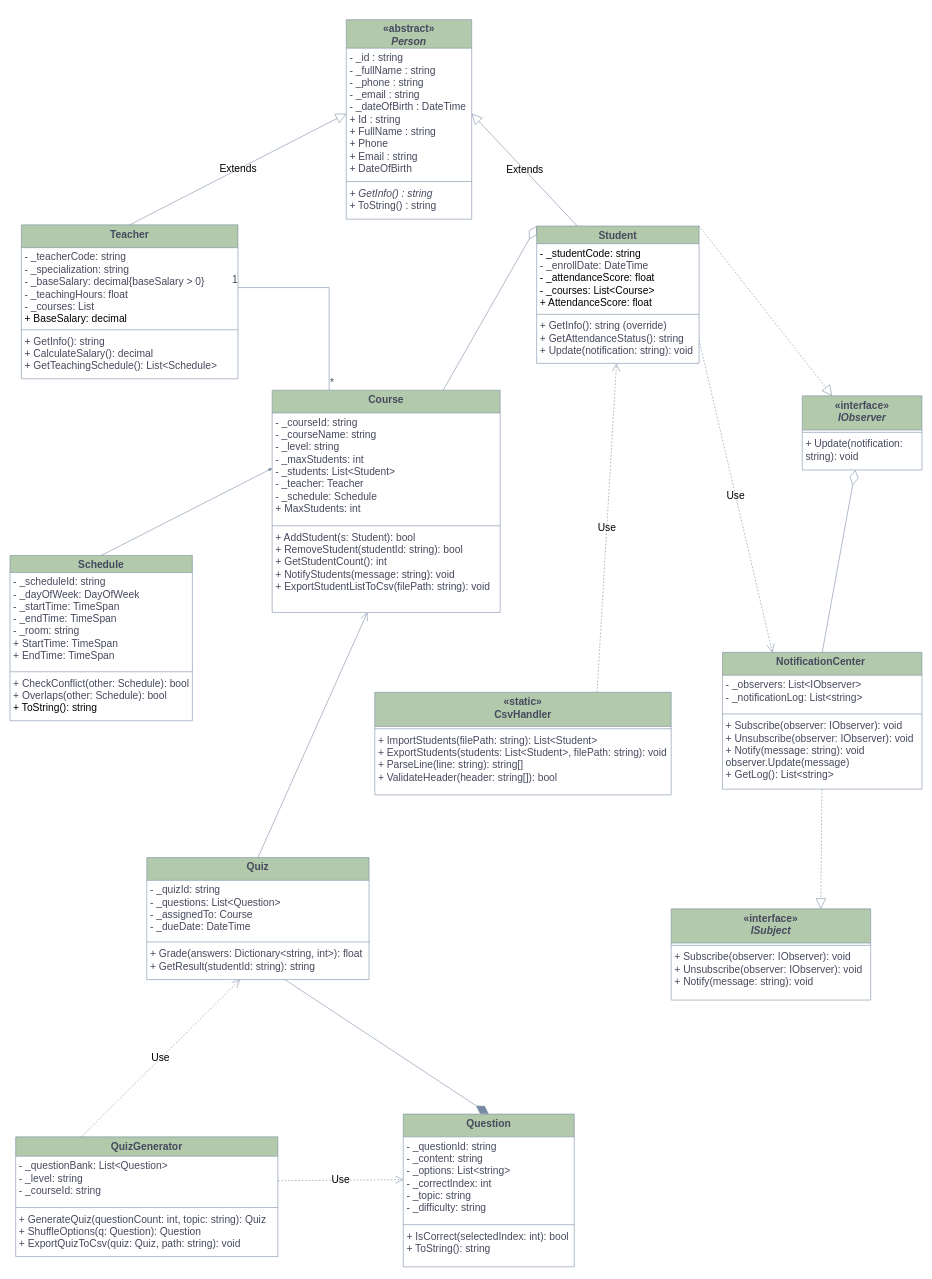
This is Class_Diagram_QL_TrungTam_TA.drawio from ngocyen06/OOP_QL_Trung_tam_Tieng_Anh, a draw.io file, before an edit. Source tidied: cells renumbered, new cells numbered last; positions are measured from the earlier drawing's top-left corner, leaving out a move shared by most shapes. Both pictures are drawn from the tidied source at 57%, with x=0, y=0 at pixel (10, 19).
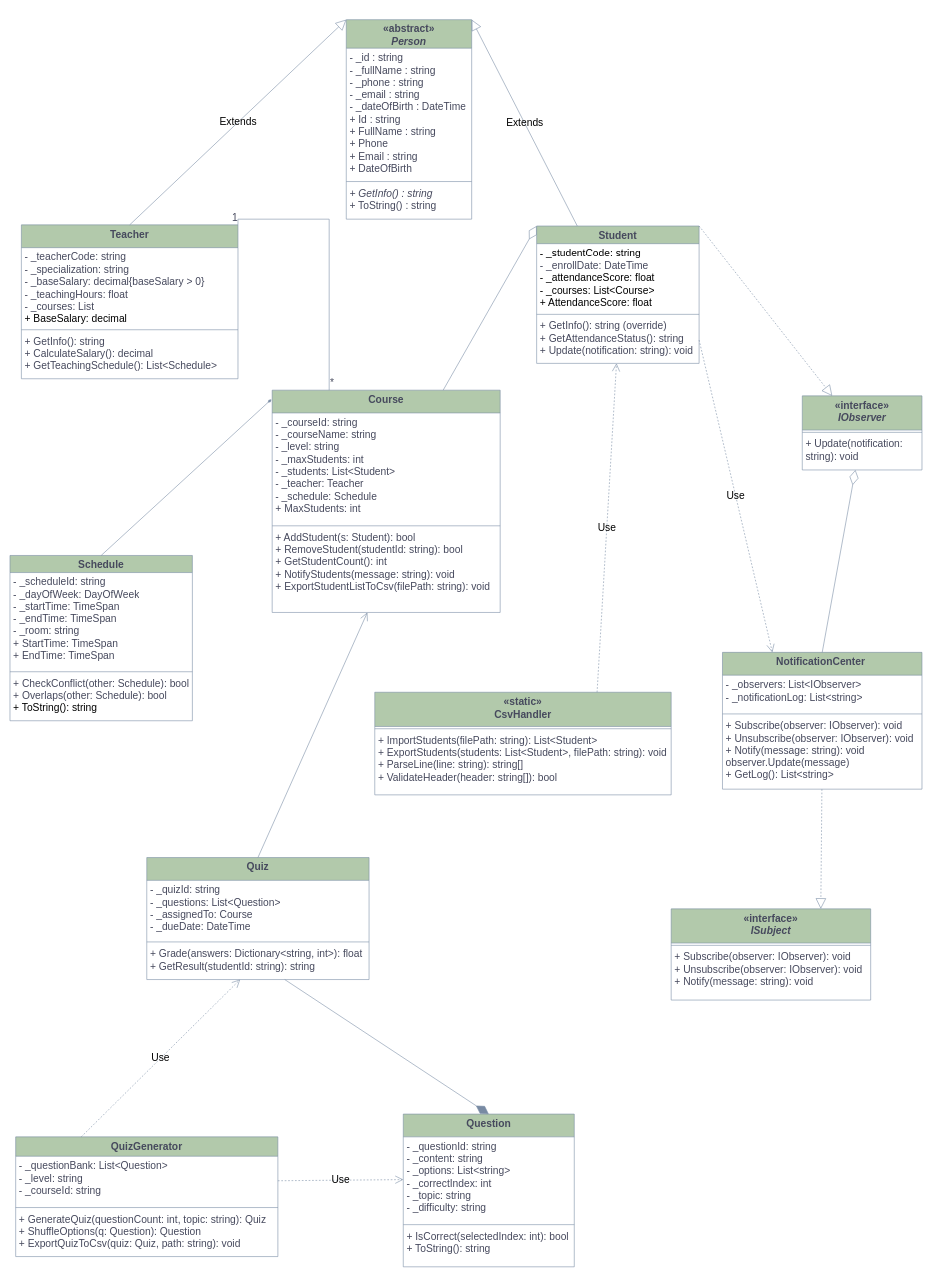
Above is the later version.

Unchanged cells that the change refers to:
```xml
<mxCell id="2" value="«abstract»&lt;br&gt;&lt;i&gt;Person&lt;/i&gt;" style="swimlane;fontStyle=1;align=center;verticalAlign=top;horizontal=1;startSize=50;whiteSpace=wrap;html=1;fontSize=18;labelBackgroundColor=none;fillColor=#B2C9AB;strokeColor=#788AA3;fontColor=#46495D;" parent="1" vertex="1">
  <mxGeometry x="590" width="220" height="350" as="geometry" />
</mxCell>
<mxCell id="3" value="- _id : string&lt;div&gt;- _fullName : string&lt;/div&gt;&lt;div&gt;- _phone : string&lt;/div&gt;&lt;div&gt;- _email : string&lt;/div&gt;&lt;div&gt;- _dateOfBirth : DateTime&lt;/div&gt;&lt;div&gt;+ Id : string&lt;/div&gt;&lt;div&gt;+ FullName : string&lt;/div&gt;&lt;div&gt;+ Phone&lt;/div&gt;&lt;div&gt;+ Email : string&lt;/div&gt;&lt;div&gt;+ DateOfBirth&lt;/div&gt;&lt;div&gt;&lt;br&gt;&lt;/div&gt;&lt;div&gt;&lt;br&gt;&lt;/div&gt;" style="text;strokeColor=none;fillColor=none;align=left;verticalAlign=top;spacingLeft=4;spacingRight=4;overflow=hidden;points=[[0,0.5],[1,0.5]];portConstraint=eastwest;whiteSpace=wrap;html=1;fontSize=18;labelBackgroundColor=none;fontColor=#46495D;" parent="2" vertex="1">
  <mxGeometry y="50" width="220" height="230" as="geometry" />
</mxCell>
<mxCell id="7" value="Teacher" style="swimlane;fontStyle=1;align=center;verticalAlign=top;horizontal=1;startSize=40;whiteSpace=wrap;html=1;fontSize=18;labelBackgroundColor=none;fillColor=#B2C9AB;strokeColor=#788AA3;fontColor=#46495D;" parent="1" vertex="1">
  <mxGeometry x="20" y="360" width="380" height="270" as="geometry" />
</mxCell>
<mxCell id="8" value="- _teacherCode: string&lt;div&gt;- _specialization: string&amp;nbsp;&lt;/div&gt;&lt;div&gt;- _baseSalary: decimal{baseSalary &amp;gt; 0}&amp;nbsp;&lt;/div&gt;&lt;div&gt;- _teachingHours: float&lt;/div&gt;&lt;div&gt;- _courses: List&lt;/div&gt;&lt;div&gt;&lt;span style=&quot;background-color: transparent; color: light-dark(rgb(0, 0, 0), rgb(255, 255, 255));&quot;&gt;+ BaseSalary: decimal&lt;/span&gt;&lt;/div&gt;" style="text;strokeColor=none;fillColor=none;align=left;verticalAlign=top;spacingLeft=4;spacingRight=4;overflow=hidden;points=[[0,0.5],[1,0.5]];portConstraint=eastwest;whiteSpace=wrap;html=1;fontSize=18;labelBackgroundColor=none;fontColor=#46495D;" parent="7" vertex="1">
  <mxGeometry y="40" width="380" height="140" as="geometry" />
</mxCell>
<mxCell id="12" value="Course" style="swimlane;fontStyle=1;align=center;verticalAlign=top;horizontal=1;startSize=40;whiteSpace=wrap;html=1;fontSize=18;labelBackgroundColor=none;fillColor=#B2C9AB;strokeColor=#788AA3;fontColor=#46495D;" parent="1" vertex="1">
  <mxGeometry x="460" y="650" width="400" height="390" as="geometry" />
</mxCell>
<mxCell id="13" value="&lt;div&gt;- _courseId: string&lt;/div&gt;&lt;div&gt;- _courseName: string&lt;/div&gt;&lt;div&gt;- _level: string&amp;nbsp;&lt;/div&gt;&lt;div&gt;- _maxStudents: int&amp;nbsp;&lt;/div&gt;&lt;div&gt;- _students: List&amp;lt;Student&amp;gt;&amp;nbsp;&lt;/div&gt;&lt;div&gt;- _teacher: Teacher&lt;/div&gt;&lt;div&gt;- _schedule: Schedule&lt;/div&gt;&lt;div&gt;+ MaxStudents: int&lt;/div&gt;" style="text;strokeColor=none;fillColor=none;align=left;verticalAlign=top;spacingLeft=4;spacingRight=4;overflow=hidden;points=[[0,0.5],[1,0.5]];portConstraint=eastwest;whiteSpace=wrap;html=1;fontSize=18;labelBackgroundColor=none;fontColor=#46495D;" parent="12" vertex="1">
  <mxGeometry y="40" width="400" height="194" as="geometry" />
</mxCell>
<mxCell id="16" value="Schedule" style="swimlane;fontStyle=1;align=center;verticalAlign=top;horizontal=1;startSize=30;whiteSpace=wrap;html=1;fontSize=18;labelBackgroundColor=none;fillColor=#B2C9AB;strokeColor=#788AA3;fontColor=#46495D;" parent="1" vertex="1">
  <mxGeometry y="940" width="320" height="290" as="geometry" />
</mxCell>
<mxCell id="61" value="&lt;b style=&quot;font-size: 18px;&quot;&gt;Student&lt;/b&gt;" style="swimlane;fontStyle=1;align=center;verticalAlign=top;horizontal=1;startSize=31;whiteSpace=wrap;html=1;strokeColor=#788AA3;fontColor=#46495D;fillColor=#B2C9AB;" parent="1" vertex="1">
  <mxGeometry x="924" y="362" width="285" height="241" as="geometry" />
</mxCell>
```

The edit, as a diff of the source:
```diff
@@
-    <mxCell id="6" value="Extends" style="endArrow=block;endSize=16;endFill=0;html=1;rounded=0;exitX=0.25;exitY=0;exitDx=0;exitDy=0;entryX=1;entryY=0.5;entryDx=0;entryDy=0;fontSize=18;labelBackgroundColor=none;strokeColor=#788AA3;fontColor=default;" parent="1" edge="1" source="61" target="3">
+    <mxCell id="6" value="Extends" style="endArrow=block;endSize=16;endFill=0;html=1;rounded=0;exitX=0.25;exitY=0;exitDx=0;exitDy=0;entryX=1;entryY=0;entryDx=0;entryDy=0;fontSize=18;labelBackgroundColor=none;strokeColor=#788AA3;fontColor=default;" parent="1" edge="1" source="61" target="2">
       <mxGeometry relative="1" as="geometry" />
     </mxCell>
@@
-    <mxCell id="11" value="Extends" style="endArrow=block;endSize=16;endFill=0;html=1;rounded=0;exitX=0.5;exitY=0;exitDx=0;exitDy=0;entryX=0;entryY=0.5;entryDx=0;entryDy=0;fontSize=18;labelBackgroundColor=none;strokeColor=#788AA3;fontColor=default;" parent="1" edge="1" source="7" target="3">
+    <mxCell id="11" value="Extends" style="endArrow=block;endSize=16;endFill=0;html=1;rounded=0;exitX=0.5;exitY=0;exitDx=0;exitDy=0;entryX=0;entryY=0;entryDx=0;entryDy=0;fontSize=18;labelBackgroundColor=none;strokeColor=#788AA3;fontColor=default;" parent="1" edge="1" source="7" target="2">
       <mxGeometry relative="1" as="geometry" />
     </mxCell>
@@
-    <mxCell id="43" style="startArrow=diamondThin;startFill=1;endArrow=none;endSize=24;html=1;rounded=0;exitX=0;exitY=0.5;exitDx=0;exitDy=0;entryX=0.5;entryY=0;entryDx=0;entryDy=0;fontSize=18;labelBackgroundColor=none;strokeColor=#788AA3;fontColor=default;" parent="1" edge="1" source="13" target="16">
+    <mxCell id="43" style="startArrow=diamondThin;startFill=1;endArrow=none;endSize=24;html=1;rounded=0;exitX=-0.003;exitY=0.041;exitDx=0;exitDy=0;entryX=0.5;entryY=0;entryDx=0;entryDy=0;fontSize=18;labelBackgroundColor=none;strokeColor=#788AA3;fontColor=default;exitPerimeter=0;" parent="1" edge="1" source="12" target="16">
       <mxGeometry relative="1" as="geometry" />
     </mxCell>
@@
-    <mxCell id="45" style="endArrow=none;html=1;edgeStyle=orthogonalEdgeStyle;rounded=0;entryX=1;entryY=0.5;entryDx=0;entryDy=0;exitX=0.25;exitY=0;exitDx=0;exitDy=0;fontSize=18;labelBackgroundColor=none;strokeColor=#788AA3;fontColor=default;" parent="1" edge="1" source="12" target="8">
+    <mxCell id="45" style="endArrow=none;html=1;edgeStyle=orthogonalEdgeStyle;rounded=0;entryX=1;entryY=0;entryDx=0;entryDy=0;exitX=0.25;exitY=0;exitDx=0;exitDy=0;fontSize=18;labelBackgroundColor=none;strokeColor=#788AA3;fontColor=default;" parent="1" edge="1" source="12" target="7">
       <mxGeometry relative="1" as="geometry" />
     </mxCell>
```
